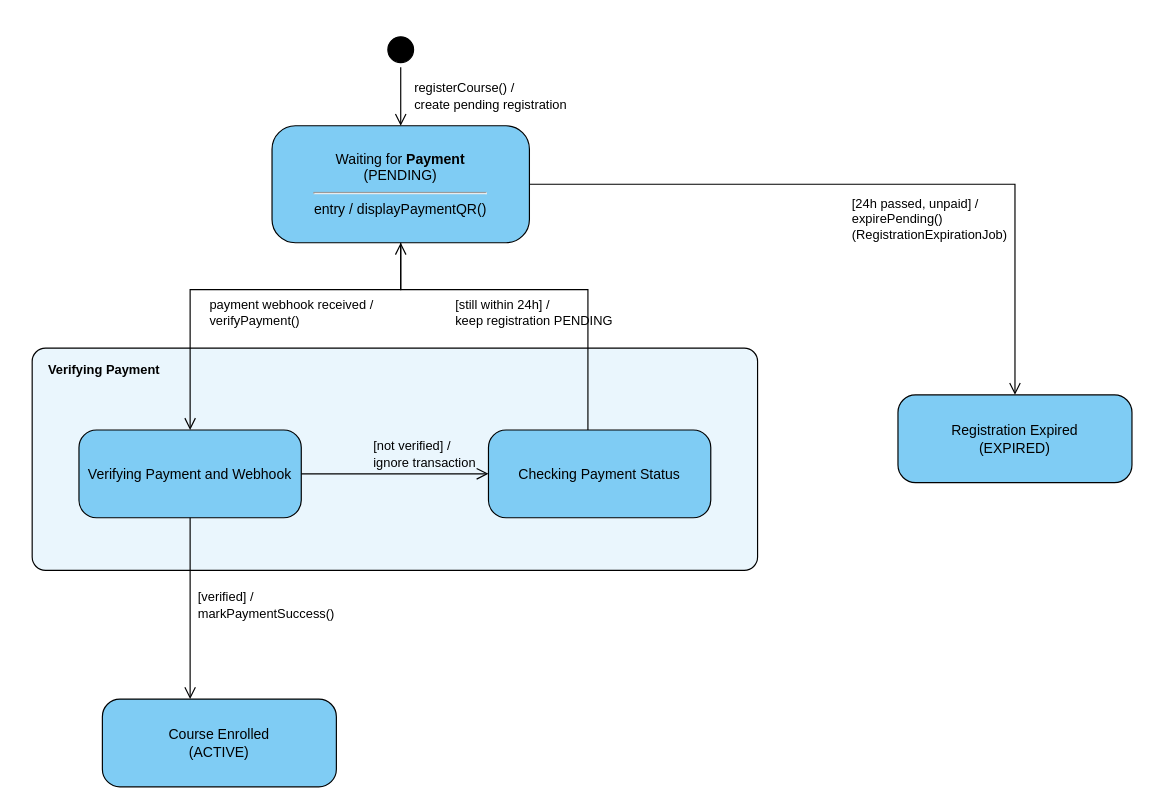
Earlier version of the draw.io diagram page "6. State - Registration" (6 of 7) of docs/diagrams/enroll_course_with_payment.drawio (DinhLam728/SWD392_Group6_LMS). Source tidied: cells renumbered, new cells numbered last; positions are measured from the earlier drawing's top-left corner, leaving out a move shared by most shapes. Both pictures are drawn from the tidied source at 117%, with x=0, y=0 at pixel (32, 32).
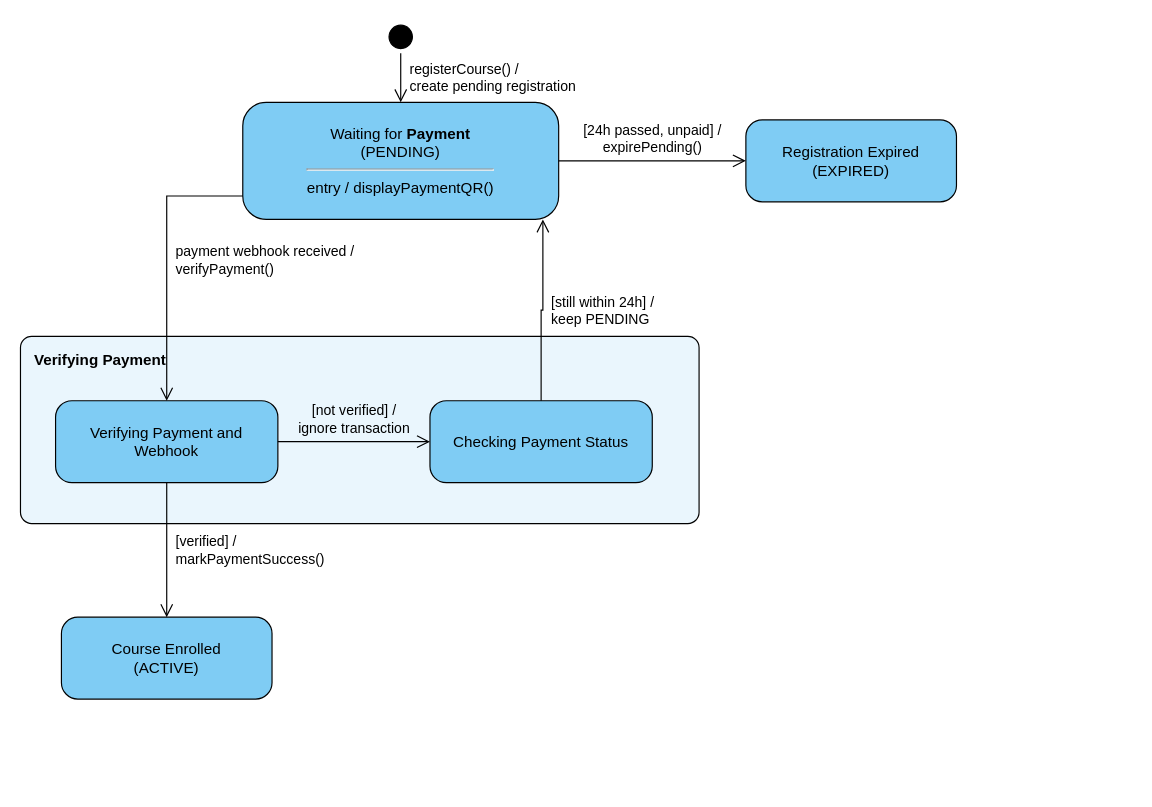
The same diagram, later.

What changed in the source:
```diff
@@
-    <mxCell id="2" style="ellipse;html=1;shape=startState;fillColor=#000000;strokeColor=#000000;" parent="1" vertex="1">
-      <mxGeometry x="300" width="30" height="30" as="geometry" />
-    </mxCell>
+    <mxCell id="15" style="ellipse;html=1;shape=startState;fillColor=#000000;strokeColor=#000000;" parent="1" vertex="1">
+      <mxGeometry x="301" y="-10" width="28" height="28" as="geometry" />
+    </mxCell>
-    <mxCell id="3" value="Waiting for &lt;b&gt;Payment&lt;/b&gt;&lt;br&gt;(PENDING)&lt;hr&gt;entry / displayPaymentQR()" style="rounded=1;arcSize=20;html=1;whiteSpace=wrap;fillColor=#7FCCF4;strokeColor=#000000;fontFamily=Arial;fontSize=11;fontColor=#000000;fontSize=12;" parent="1" vertex="1">
-      <mxGeometry x="205" y="80" width="220" height="100" as="geometry" />
+    <mxCell id="3" value="Waiting for &lt;b&gt;Payment&lt;/b&gt;&lt;br&gt;(PENDING)&lt;hr&gt;entry / displayPaymentQR()" style="rounded=1;arcSize=20;html=1;whiteSpace=wrap;fillColor=#7FCCF4;strokeColor=#000000;fontFamily=Arial;fontSize=13;fontColor=#000000;" parent="1" vertex="1">
+      <mxGeometry x="180" y="60" width="270" height="100" as="geometry" />
     </mxCell>
-    <mxCell id="4" value="Verifying Payment" style="rounded=1;arcSize=6;html=1;fillColor=#EAF6FD;strokeColor=#000000;verticalAlign=top;align=left;spacingLeft=12;spacingTop=6;fontStyle=1;fontFamily=Arial;fontSize=11;fontColor=#000000;" parent="1" vertex="1">
-      <mxGeometry y="270" width="620" height="190" as="geometry" />
+    <mxCell id="4" value="Verifying Payment" style="rounded=1;arcSize=6;html=1;fillColor=#EAF6FD;strokeColor=#000000;verticalAlign=top;align=left;spacingLeft=10;spacingTop=6;fontStyle=1;fontFamily=Arial;fontSize=13;fontColor=#000000;" parent="1" vertex="1">
+      <mxGeometry x="-10" y="260" width="580" height="160" as="geometry" />
     </mxCell>
-    <mxCell id="5" value="Verifying Payment and Webhook" style="rounded=1;arcSize=20;html=1;whiteSpace=wrap;fillColor=#7FCCF4;strokeColor=#000000;fontFamily=Arial;fontSize=11;fontColor=#000000;fontSize=12;" parent="1" vertex="1">
-      <mxGeometry x="40" y="340" width="190" height="75" as="geometry" />
+    <mxCell id="5" value="Verifying Payment and Webhook" style="rounded=1;arcSize=20;html=1;whiteSpace=wrap;fillColor=#7FCCF4;strokeColor=#000000;fontFamily=Arial;fontSize=13;fontColor=#000000;" parent="1" vertex="1">
+      <mxGeometry x="20" y="315" width="190" height="70" as="geometry" />
     </mxCell>
-    <mxCell id="6" value="Checking Payment Status" style="rounded=1;arcSize=20;html=1;whiteSpace=wrap;fillColor=#7FCCF4;strokeColor=#000000;fontFamily=Arial;fontSize=11;fontColor=#000000;fontSize=12;" parent="1" vertex="1">
-      <mxGeometry x="390" y="340" width="190" height="75" as="geometry" />
+    <mxCell id="6" value="Checking Payment Status" style="rounded=1;arcSize=20;html=1;whiteSpace=wrap;fillColor=#7FCCF4;strokeColor=#000000;fontFamily=Arial;fontSize=13;fontColor=#000000;" parent="1" vertex="1">
+      <mxGeometry x="340" y="315" width="190" height="70" as="geometry" />
     </mxCell>
-    <mxCell id="7" value="Course Enrolled&lt;br&gt;(ACTIVE)" style="rounded=1;arcSize=20;html=1;whiteSpace=wrap;fillColor=#7FCCF4;strokeColor=#000000;fontFamily=Arial;fontSize=11;fontColor=#000000;fontSize=12;" parent="1" vertex="1">
-      <mxGeometry x="60" y="570" width="200" height="75" as="geometry" />
+    <mxCell id="7" value="Course Enrolled&lt;br&gt;(ACTIVE)" style="rounded=1;arcSize=20;html=1;whiteSpace=wrap;fillColor=#7FCCF4;strokeColor=#000000;fontFamily=Arial;fontSize=13;fontColor=#000000;" parent="1" vertex="1">
+      <mxGeometry x="25" y="500" width="180" height="70" as="geometry" />
     </mxCell>
-    <mxCell id="8" value="Registration Expired&lt;br&gt;(EXPIRED)" style="rounded=1;arcSize=20;html=1;whiteSpace=wrap;fillColor=#7FCCF4;strokeColor=#000000;fontFamily=Arial;fontSize=11;fontColor=#000000;fontSize=12;" parent="1" vertex="1">
-      <mxGeometry x="740" y="310" width="200" height="75" as="geometry" />
+    <mxCell id="8" value="Registration Expired&lt;br&gt;(EXPIRED)" style="rounded=1;arcSize=20;html=1;whiteSpace=wrap;fillColor=#7FCCF4;strokeColor=#000000;fontFamily=Arial;fontSize=13;fontColor=#000000;" parent="1" vertex="1">
+      <mxGeometry x="610" y="75" width="180" height="70" as="geometry" />
     </mxCell>
-    <mxCell id="9" value="registerCourse() /&lt;br&gt;create pending registration" style="edgeStyle=orthogonalEdgeStyle;rounded=0;html=1;endArrow=open;endSize=8;strokeColor=#000000;fontFamily=Arial;fontSize=11;fontColor=#000000;align=left;labelBackgroundColor=none;" parent="1" edge="1" source="2" target="3">
-      <mxGeometry relative="1" as="geometry">
-        <mxPoint x="10" as="offset" />
-      </mxGeometry>
+    <mxCell id="9" value="registerCourse() /&lt;br&gt;create pending registration" style="edgeStyle=orthogonalEdgeStyle;rounded=0;html=1;endArrow=open;endSize=9;strokeColor=#000000;fontFamily=Arial;fontSize=12;fontColor=#000000;align=left;verticalAlign=middle;spacingLeft=6;labelBackgroundColor=none;" parent="1" edge="1" source="15" target="3">
+      <mxGeometry relative="1" as="geometry" />
     </mxCell>
-    <mxCell id="10" value="payment webhook received /&lt;br&gt;verifyPayment()" style="edgeStyle=orthogonalEdgeStyle;rounded=0;html=1;endArrow=open;endSize=8;strokeColor=#000000;fontFamily=Arial;fontSize=11;fontColor=#000000;align=left;labelBackgroundColor=none;" parent="1" edge="1" source="3" target="5">
-      <mxGeometry x="0.41" y="15" relative="1" as="geometry">
+    <mxCell id="10" value="payment webhook received /&lt;br&gt;verifyPayment()" style="edgeStyle=orthogonalEdgeStyle;rounded=0;html=1;endArrow=open;endSize=9;strokeColor=#000000;fontFamily=Arial;fontSize=12;fontColor=#000000;align=left;verticalAlign=middle;spacingLeft=6;exitX=0;exitY=0.8;exitDx=0;exitDy=0;entryX=0.5;entryY=0;entryDx=0;entryDy=0;labelBackgroundColor=none;" parent="1" edge="1" source="3" target="5">
+      <mxGeometry relative="1" as="geometry">
         <Array as="points">
-          <mxPoint x="135" y="220" />
+          <mxPoint x="115" y="140" />
         </Array>
       </mxGeometry>
     </mxCell>
-    <mxCell id="11" value="[not verified] /&lt;br&gt;ignore transaction" style="edgeStyle=orthogonalEdgeStyle;rounded=0;html=1;endArrow=open;endSize=8;strokeColor=#000000;fontFamily=Arial;fontSize=11;fontColor=#000000;align=left;labelBackgroundColor=none;" parent="1" edge="1" source="5" target="6">
-      <mxGeometry x="-0.25" y="18" relative="1" as="geometry">
-        <mxPoint y="1" as="offset" />
-      </mxGeometry>
+    <mxCell id="11" value="[not verified] /&lt;br&gt;ignore transaction" style="edgeStyle=orthogonalEdgeStyle;rounded=0;html=1;endArrow=open;endSize=9;strokeColor=#000000;fontFamily=Arial;fontSize=12;fontColor=#000000;align=center;verticalAlign=bottom;spacingBottom=2;labelBackgroundColor=none;" parent="1" edge="1" source="5" target="6">
+      <mxGeometry relative="1" as="geometry" />
     </mxCell>
-    <mxCell id="12" value="[still within 24h] /&lt;br&gt;keep registration PENDING" style="edgeStyle=orthogonalEdgeStyle;rounded=0;html=1;endArrow=open;endSize=8;strokeColor=#000000;fontFamily=Arial;fontSize=11;fontColor=#000000;align=left;labelBackgroundColor=none;" parent="1" edge="1" source="6" target="3">
-      <mxGeometry x="0.47" y="20" relative="1" as="geometry">
-        <Array as="points">
-          <mxPoint x="475" y="220" />
-        </Array>
-      </mxGeometry>
+    <mxCell id="12" value="[still within 24h] /&lt;br&gt;keep PENDING" style="edgeStyle=orthogonalEdgeStyle;rounded=0;html=1;endArrow=open;endSize=9;strokeColor=#000000;fontFamily=Arial;fontSize=12;fontColor=#000000;align=left;verticalAlign=middle;spacingLeft=6;exitX=0.5;exitY=0;exitDx=0;exitDy=0;entryX=0.95;entryY=1;entryDx=0;entryDy=0;labelBackgroundColor=none;" parent="1" edge="1" source="6" target="3">
+      <mxGeometry relative="1" as="geometry" />
     </mxCell>
-    <mxCell id="13" value="[verified] /&lt;br&gt;markPaymentSuccess()" style="edgeStyle=orthogonalEdgeStyle;rounded=0;html=1;endArrow=open;endSize=8;strokeColor=#000000;fontFamily=Arial;fontSize=11;fontColor=#000000;align=left;labelBackgroundColor=none;" parent="1" edge="1" source="5" target="7">
-      <mxGeometry x="-0.03" y="5" relative="1" as="geometry">
-        <Array as="points">
-          <mxPoint x="135" y="520" />
-          <mxPoint x="135" y="520" />
-        </Array>
-      </mxGeometry>
+    <mxCell id="13" value="[verified] /&lt;br&gt;markPaymentSuccess()" style="edgeStyle=orthogonalEdgeStyle;rounded=0;html=1;endArrow=open;endSize=9;strokeColor=#000000;fontFamily=Arial;fontSize=12;fontColor=#000000;align=left;verticalAlign=middle;spacingLeft=6;exitX=0.5;exitY=1;exitDx=0;exitDy=0;entryX=0.5;entryY=0;entryDx=0;entryDy=0;labelBackgroundColor=none;" parent="1" edge="1" source="5" target="7">
+      <mxGeometry relative="1" as="geometry" />
     </mxCell>
-    <mxCell id="14" value="[24h passed, unpaid] /&lt;br&gt;expirePending()&lt;br&gt;(RegistrationExpirationJob)" style="edgeStyle=orthogonalEdgeStyle;rounded=0;html=1;endArrow=open;endSize=8;strokeColor=#000000;fontFamily=Arial;fontSize=11;fontColor=#000000;align=left;labelBackgroundColor=none;" parent="1" edge="1" source="3" target="8">
-      <mxGeometry x="-0.08" y="-30" relative="1" as="geometry">
-        <Array as="points">
-          <mxPoint x="840" y="130" />
-        </Array>
-      </mxGeometry>
+    <mxCell id="14" value="[24h passed, unpaid] /&lt;br&gt;expirePending()" style="edgeStyle=orthogonalEdgeStyle;rounded=0;html=1;endArrow=open;endSize=9;strokeColor=#000000;fontFamily=Arial;fontSize=12;fontColor=#000000;align=center;verticalAlign=bottom;spacingBottom=2;exitX=1;exitY=0.5;exitDx=0;exitDy=0;entryX=0;entryY=0.5;entryDx=0;entryDy=0;labelBackgroundColor=none;" parent="1" edge="1" source="3" target="8">
+      <mxGeometry relative="1" as="geometry" />
     </mxCell>
```
